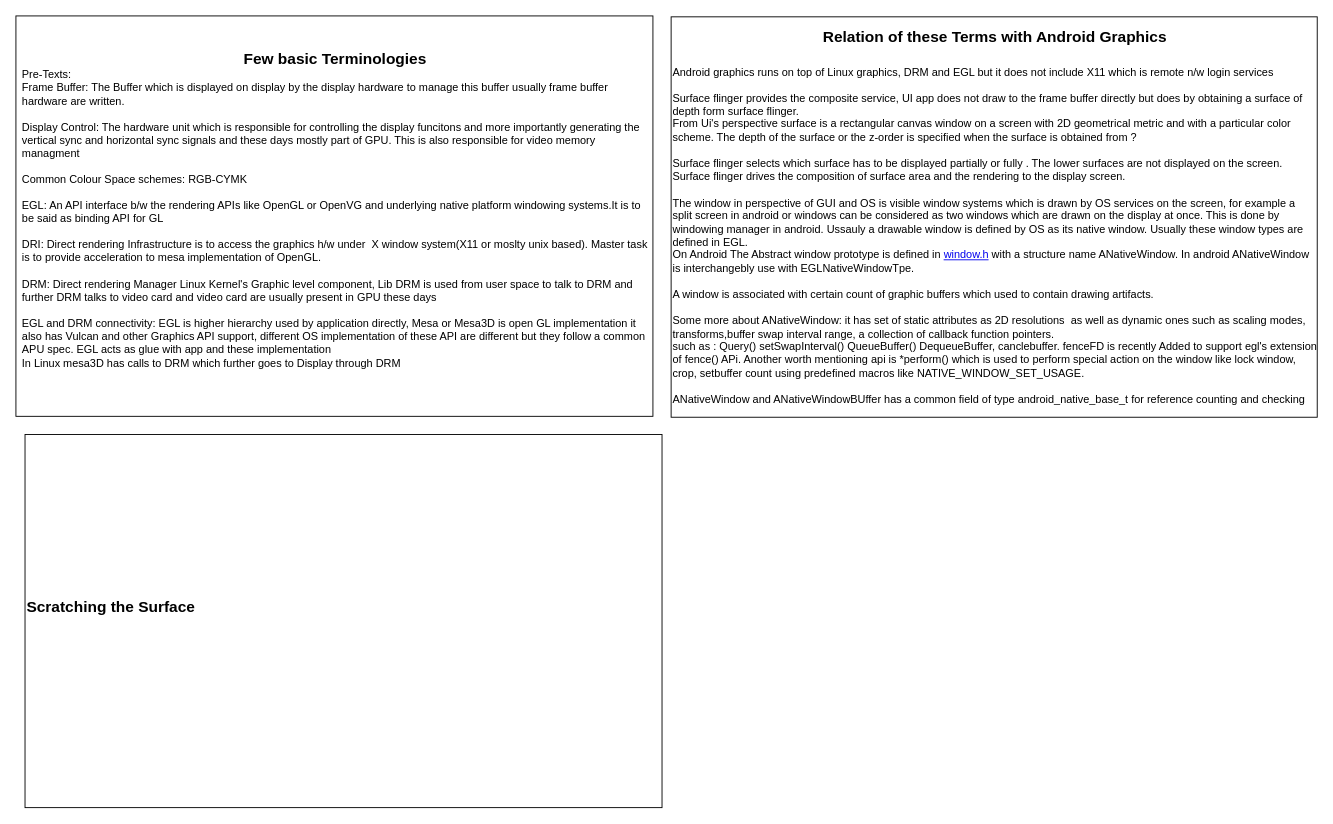
wire-mistry/AOSP_Gaphics keeps this draw.io diagram as Untitled Diagram.drawio. Above is the earlier version. Source tidied: cells renumbered, new cells numbered last; positions are measured from the earlier drawing's top-left corner, leaving out a move shared by most shapes. Both pictures are drawn from the tidied source at 91%, with x=0, y=0 at pixel (15, 15).
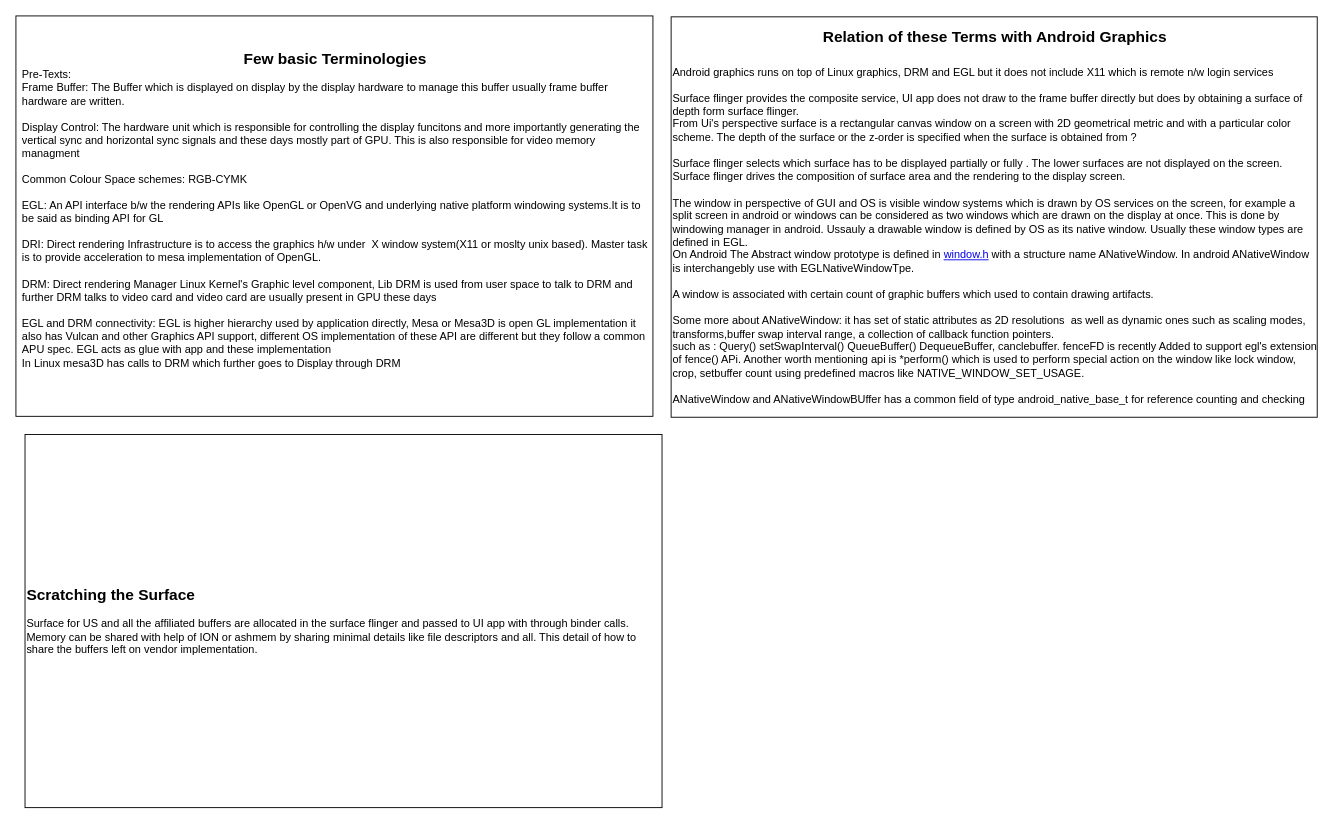
The same diagram, later.

Change to the diagram source:
```diff
@@
 <mxGraphModel>
   <root>
     <mxCell id="0" />
     <mxCell id="1" parent="0" />
     <mxCell id="2" value="&lt;div style=&quot;text-align: center&quot;&gt;&lt;font style=&quot;font-size: 17px&quot;&gt;&lt;b&gt;Few basic Terminologies&lt;/b&gt;&lt;/font&gt;&lt;/div&gt;Pre-Texts:&amp;nbsp;&lt;br&gt;Frame Buffer: The Buffer which is displayed on display by the display hardware to manage this buffer usually frame buffer hardware are written.&lt;br&gt;&lt;br&gt;Display Control: The hardware unit which is responsible for controlling the display funcitons and more importantly generating the vertical sync and horizontal sync signals and these days mostly part of GPU. This is also responsible for video memory managment&lt;br&gt;&lt;br&gt;Common Colour Space schemes: RGB-CYMK&lt;br&gt;&lt;br&gt;EGL: An API interface b/w the rendering APIs like OpenGL or OpenVG and underlying native platform windowing systems.It is to be said as binding API for GL&lt;br&gt;&lt;br&gt;DRI: Direct rendering Infrastructure&amp;nbsp;is to access the graphics h/w under&amp;nbsp; X window system(X11 or moslty unix based). Master task is to provide acceleration to mesa implementation of OpenGL.&lt;br&gt;&lt;br&gt;DRM: Direct rendering Manager Linux Kernel's Graphic level component, Lib DRM is used from user space to talk to DRM and further DRM talks to video card and video card are usually present in GPU these days&lt;br&gt;&lt;br&gt;EGL and DRM connectivity: EGL is higher hierarchy used by application directly, Mesa or Mesa3D is open GL implementation it also has Vulcan and other Graphics API support, different OS implementation of these API are different but they follow a common APU spec. EGL acts as glue with app and these implementation&lt;br&gt;In Linux mesa3D has calls to DRM which further goes to Display through DRM&lt;br&gt;&lt;br&gt;" style="text;html=1;strokeColor=#000000;fillColor=none;align=left;verticalAlign=middle;whiteSpace=wrap;rounded=0;strokeWidth=1;spacingLeft=5;spacingBottom=0;spacingRight=5;" parent="1" vertex="1">
       <mxGeometry width="700" height="440" as="geometry" />
     </mxCell>
-    <mxCell id="3" value="&lt;div&gt;&lt;span style=&quot;font-size: 17px&quot;&gt;&lt;b&gt;Scratching the Surface&lt;/b&gt;&lt;/span&gt;&lt;/div&gt;&lt;div&gt;&lt;br&gt;&lt;/div&gt;&lt;div&gt;&lt;br&gt;&lt;/div&gt;" style="text;html=1;strokeColor=#000000;fillColor=none;align=left;verticalAlign=middle;whiteSpace=wrap;rounded=0;" parent="1" vertex="1">
+    <mxCell id="3" value="&lt;div&gt;&lt;span style=&quot;font-size: 17px&quot;&gt;&lt;b&gt;Scratching the Surface&lt;/b&gt;&lt;/span&gt;&lt;/div&gt;&lt;div&gt;&lt;br&gt;&lt;/div&gt;&lt;div&gt;Surface for US and all the affiliated buffers are allocated in the surface flinger and passed to UI app with through binder calls. Memory can be shared with help of ION or ashmem by sharing minimal details like file descriptors and all. This detail of how to share the buffers left on vendor implementation.&lt;/div&gt;" style="text;html=1;strokeColor=#000000;fillColor=none;align=left;verticalAlign=middle;whiteSpace=wrap;rounded=0;" parent="1" vertex="1">
       <mxGeometry x="10" y="460" width="700" height="410" as="geometry" />
     </mxCell>
     <mxCell id="4" value="&lt;div style=&quot;text-align: center&quot;&gt;&lt;b style=&quot;font-size: 17px&quot;&gt;Relation of these Terms with Android Graphics&lt;/b&gt;&lt;/div&gt;&lt;div&gt;&lt;b style=&quot;font-size: 17px&quot;&gt;&lt;br&gt;&lt;/b&gt;&lt;/div&gt;&lt;div&gt;&lt;font style=&quot;font-size: 12px&quot;&gt;Android graphics runs on top of Linux&amp;nbsp;graphics, DRM and EGL but it does not include X11 which is remote n/w login services&lt;/font&gt;&lt;/div&gt;&lt;div&gt;&lt;font style=&quot;font-size: 12px&quot;&gt;&lt;br&gt;&lt;/font&gt;&lt;/div&gt;&lt;div&gt;&lt;font style=&quot;font-size: 12px&quot;&gt;Surface flinger provides the composite service, UI app does not draw to the frame buffer directly but does by obtaining a surface of depth form surface flinger.&lt;/font&gt;&lt;/div&gt;&lt;div&gt;&lt;font style=&quot;font-size: 12px&quot;&gt;From Ui's perspective surface is a rectangular canvas window on a screen with 2D geometrical metric and with a particular color scheme. The depth of the surface or the z-order is specified when the surface is obtained from ?&lt;/font&gt;&lt;/div&gt;&lt;div&gt;&lt;font style=&quot;font-size: 12px&quot;&gt;&lt;br&gt;&lt;/font&gt;&lt;/div&gt;&lt;div&gt;&lt;font style=&quot;font-size: 12px&quot;&gt;Surface flinger selects which surface has to be displayed partially or fully . The lower surfaces are not displayed on the screen. Surface flinger drives the composition of surface area and the rendering to the display screen.&lt;/font&gt;&lt;/div&gt;&lt;div&gt;&lt;font style=&quot;font-size: 12px&quot;&gt;&lt;br&gt;&lt;/font&gt;&lt;/div&gt;&lt;div&gt;&lt;font style=&quot;font-size: 12px&quot;&gt;The window in perspective of GUI and OS is visible window systems which is drawn by OS services on the screen, for example a split screen in android or windows can be considered as two windows which are drawn on the display at once. This is done by windowing manager in android. Ussauly a drawable window is defined by OS as its native window. Usually these window types are defined in EGL.&lt;/font&gt;&lt;/div&gt;&lt;div&gt;&lt;font style=&quot;font-size: 12px&quot;&gt;On Android The Abstract window prototype is defined in &lt;a href=&quot;https://android.googlesource.com/platform/system/core/+/7cd3e0a3a2f9b104cd6c04f699ae62c4577787e2/include/system/window.h&quot;&gt;window.h&lt;/a&gt;&amp;nbsp;with a structure name ANativeWindow. In android ANativeWindow is interchangebly use with EGLNativeWindowTpe.&lt;/font&gt;&lt;/div&gt;&lt;div&gt;&lt;font style=&quot;font-size: 12px&quot;&gt;&lt;br&gt;&lt;/font&gt;&lt;/div&gt;&lt;div&gt;&lt;font style=&quot;font-size: 12px&quot;&gt;A window is associated with certain count of graphic buffers which used to contain drawing artifacts.&lt;/font&gt;&lt;/div&gt;&lt;div&gt;&lt;font style=&quot;font-size: 12px&quot;&gt;&lt;br&gt;&lt;/font&gt;&lt;/div&gt;&lt;div&gt;&lt;font style=&quot;font-size: 12px&quot;&gt;Some more about ANativeWindow: it has set of static attributes as 2D resolutions&amp;nbsp; as well as dynamic ones such as scaling modes, transforms,buffer swap interval range, a collection of callback function pointers.&lt;/font&gt;&lt;/div&gt;&lt;div&gt;&lt;font style=&quot;font-size: 12px&quot;&gt;such as : Query() setSwapInterval() QueueBuffer() DequeueBuffer, canclebuffer. fenceFD is recently Added to support egl's extension of fence() APi. Another worth mentioning api is *perform() which is used to perform special action on the window like lock window, crop, setbuffer count using predefined macros like NATIVE_WINDOW_SET_USAGE.&lt;/font&gt;&lt;/div&gt;&lt;div&gt;&lt;font style=&quot;font-size: 12px&quot;&gt;&lt;br&gt;&lt;/font&gt;&lt;/div&gt;&lt;div&gt;&lt;font style=&quot;font-size: 12px&quot;&gt;ANativeWindow and ANativeWindowBUffer has a common field of type android_native_base_t for reference counting and checking&lt;/font&gt;&lt;/div&gt;" style="text;html=1;strokeColor=#000000;fillColor=none;align=left;verticalAlign=middle;whiteSpace=wrap;rounded=0;" parent="1" vertex="1">
       <mxGeometry x="720" y="1" width="710" height="440" as="geometry" />
     </mxCell>
   </root>
 </mxGraphModel>
```
